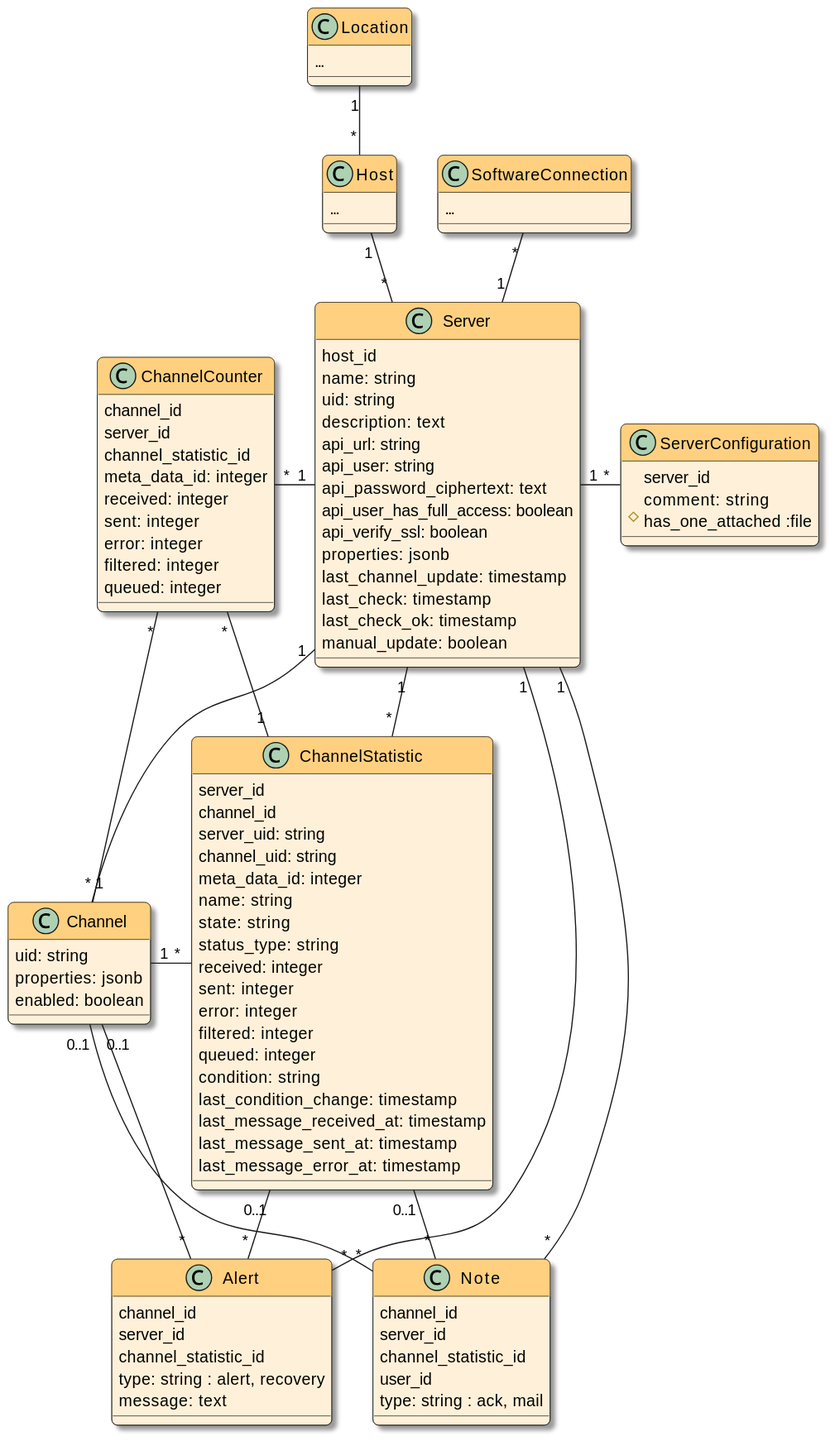
Earlier version of the PlantUML export docs/devnotes/_images/models.svg (swobspace/mirco).
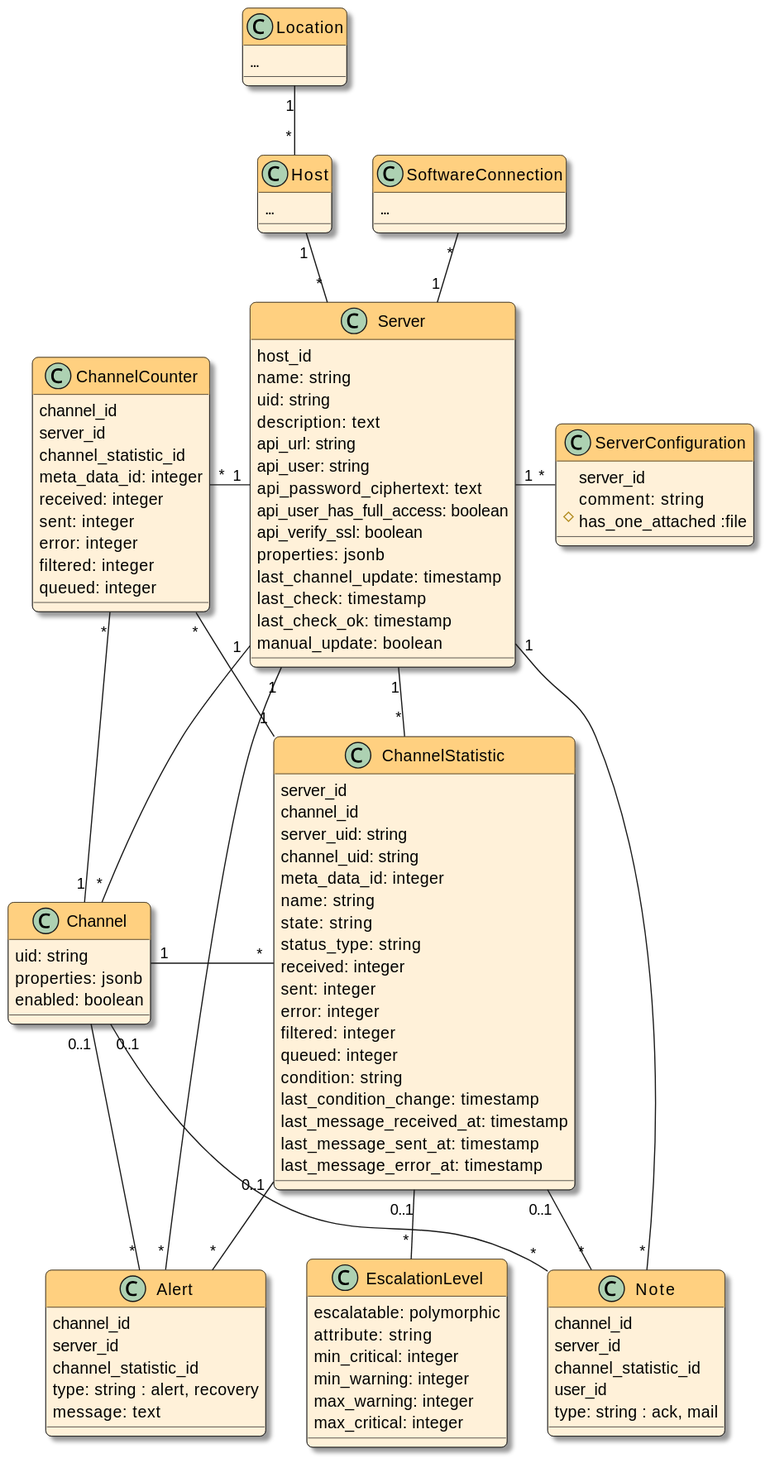
Later version of the same file.

Change to the diagram source:
```diff
@@ -91,6 +91,15 @@
   # has_one_attached :file
 }
 
+class EscalationLevel {
+  escalatable: polymorphic
+  attribute: string
+  min_critical: integer
+  min_warning: integer
+  max_warning: integer
+  max_critical: integer
+}
+
 Location "1" -- "*" Host
 Host "1" -- "*" Server
 SoftwareConnection "*" -- "1" "Server"
@@ -107,5 +116,6 @@
 Server "1" -- "*" Note
 Channel "0..1" -- "*" Note
 ChannelStatistic "0..1" -- "*" Note
+ChannelStatistic "0..1" -- "*" EscalationLevel
 
 @enduml
```
